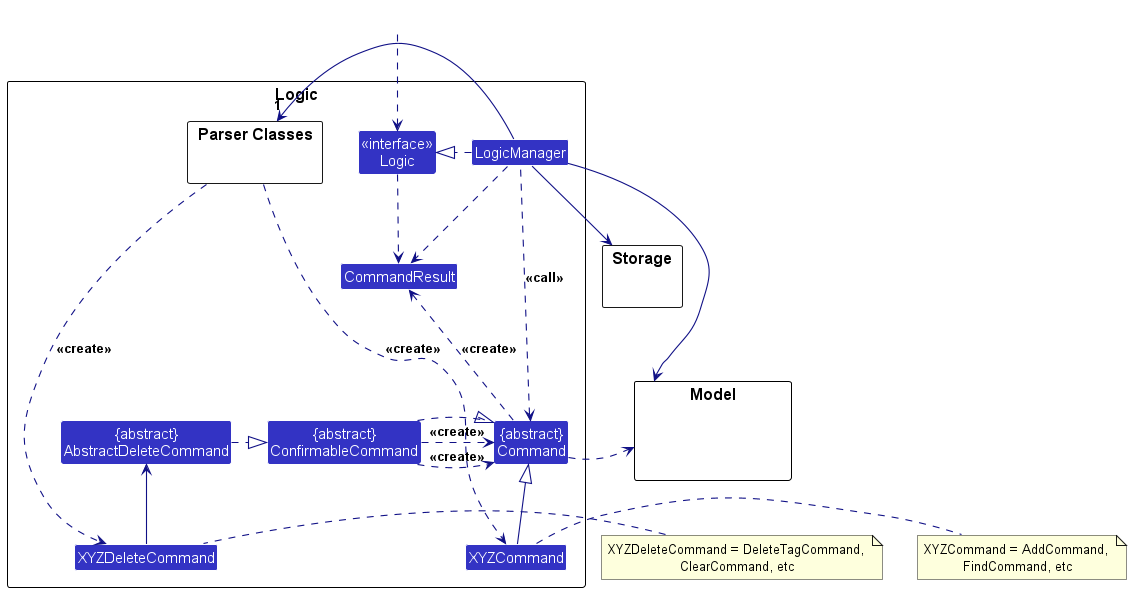
Earlier version of the PlantUML export docs/images/LogicClassDiagram.png (leeweiming3/tp).
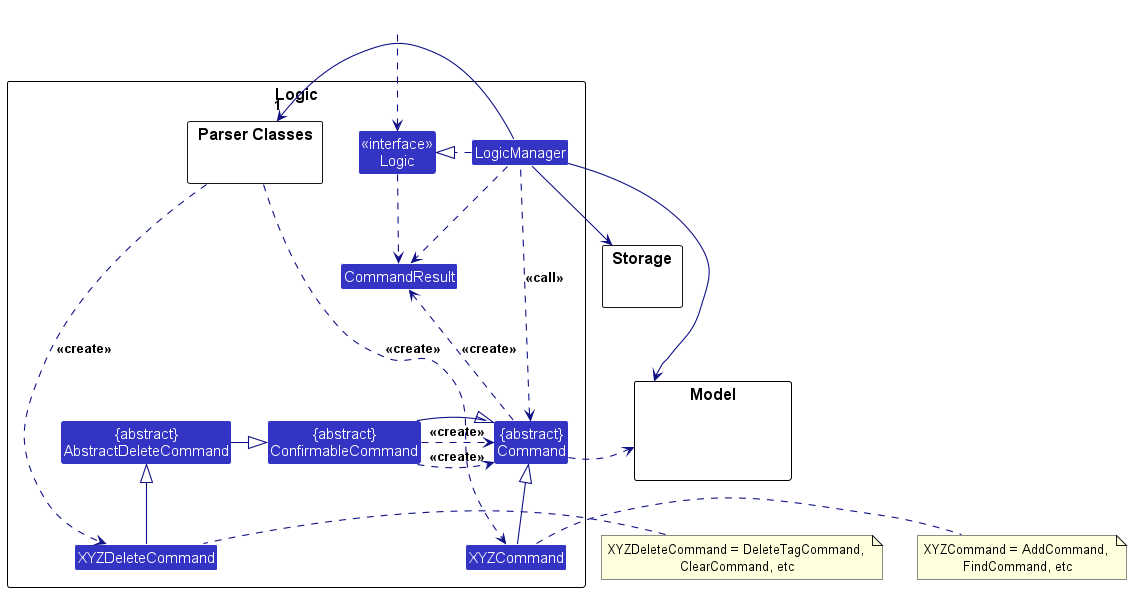
Above is the later version.

Commit message:
Change dashed lines to solid

The edit, as a diff of the source:
```diff
@@ -43,11 +43,11 @@
 Command .[hidden]up.> Storage
 Command .right.> Model
 note right of XYZCommand: XYZCommand = AddCommand, \nFindCommand, etc
-ConfirmableCommand .right|> Command
+ConfirmableCommand -right|> Command
 ConfirmableCommand ..> Command: <<create>>
 ConfirmableCommand ..> Command: <<create>>
-ADCommand .down|> ConfirmableCommand
-XYZDeleteCommand -up->ADCommand
+ADCommand -down|> ConfirmableCommand
+XYZDeleteCommand -up-|>ADCommand
 note left of XYZDeleteCommand: XYZDeleteCommand = DeleteTagCommand, \nClearCommand, etc
 Logic ..> CommandResult
 LogicManager .down.> CommandResult
```
